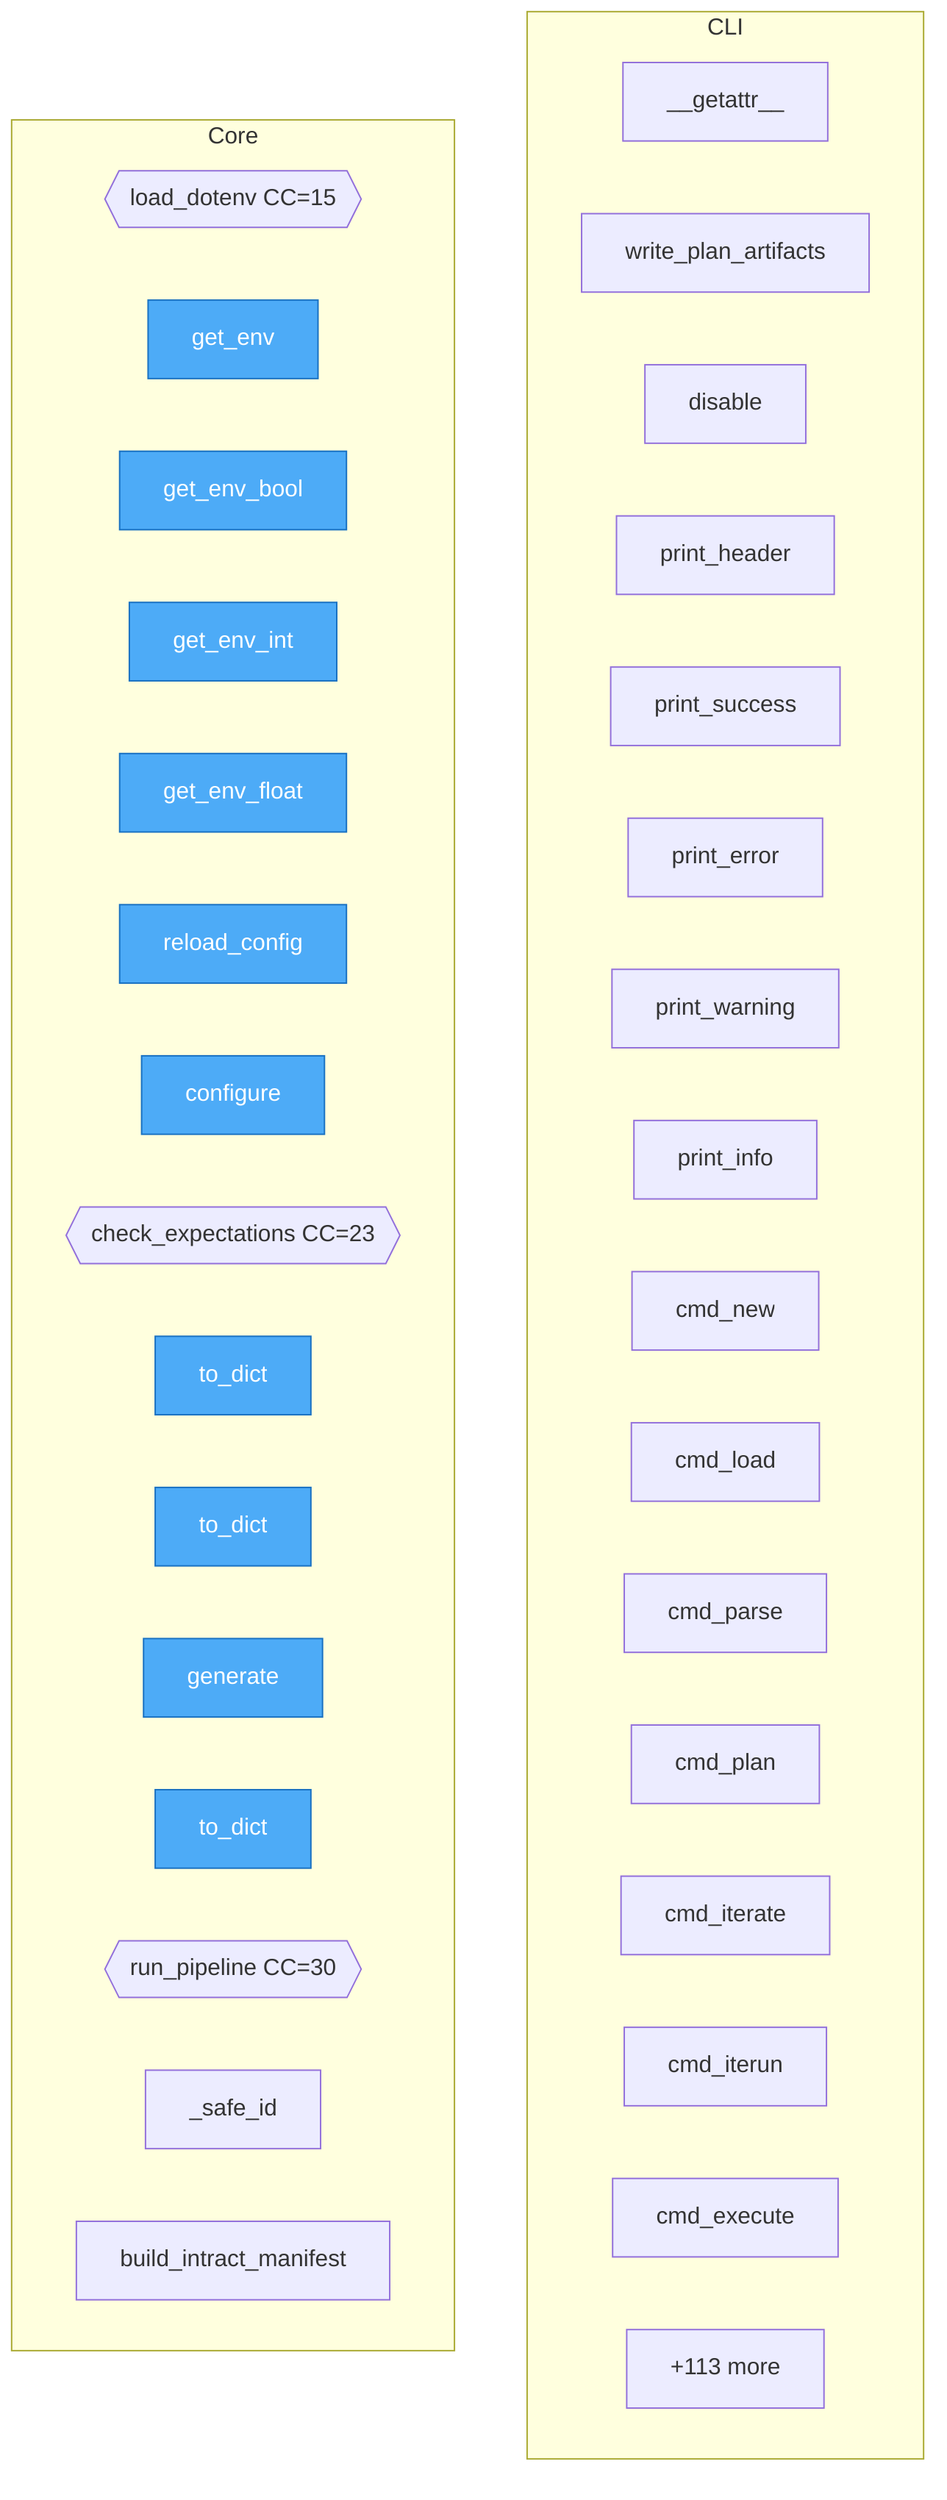
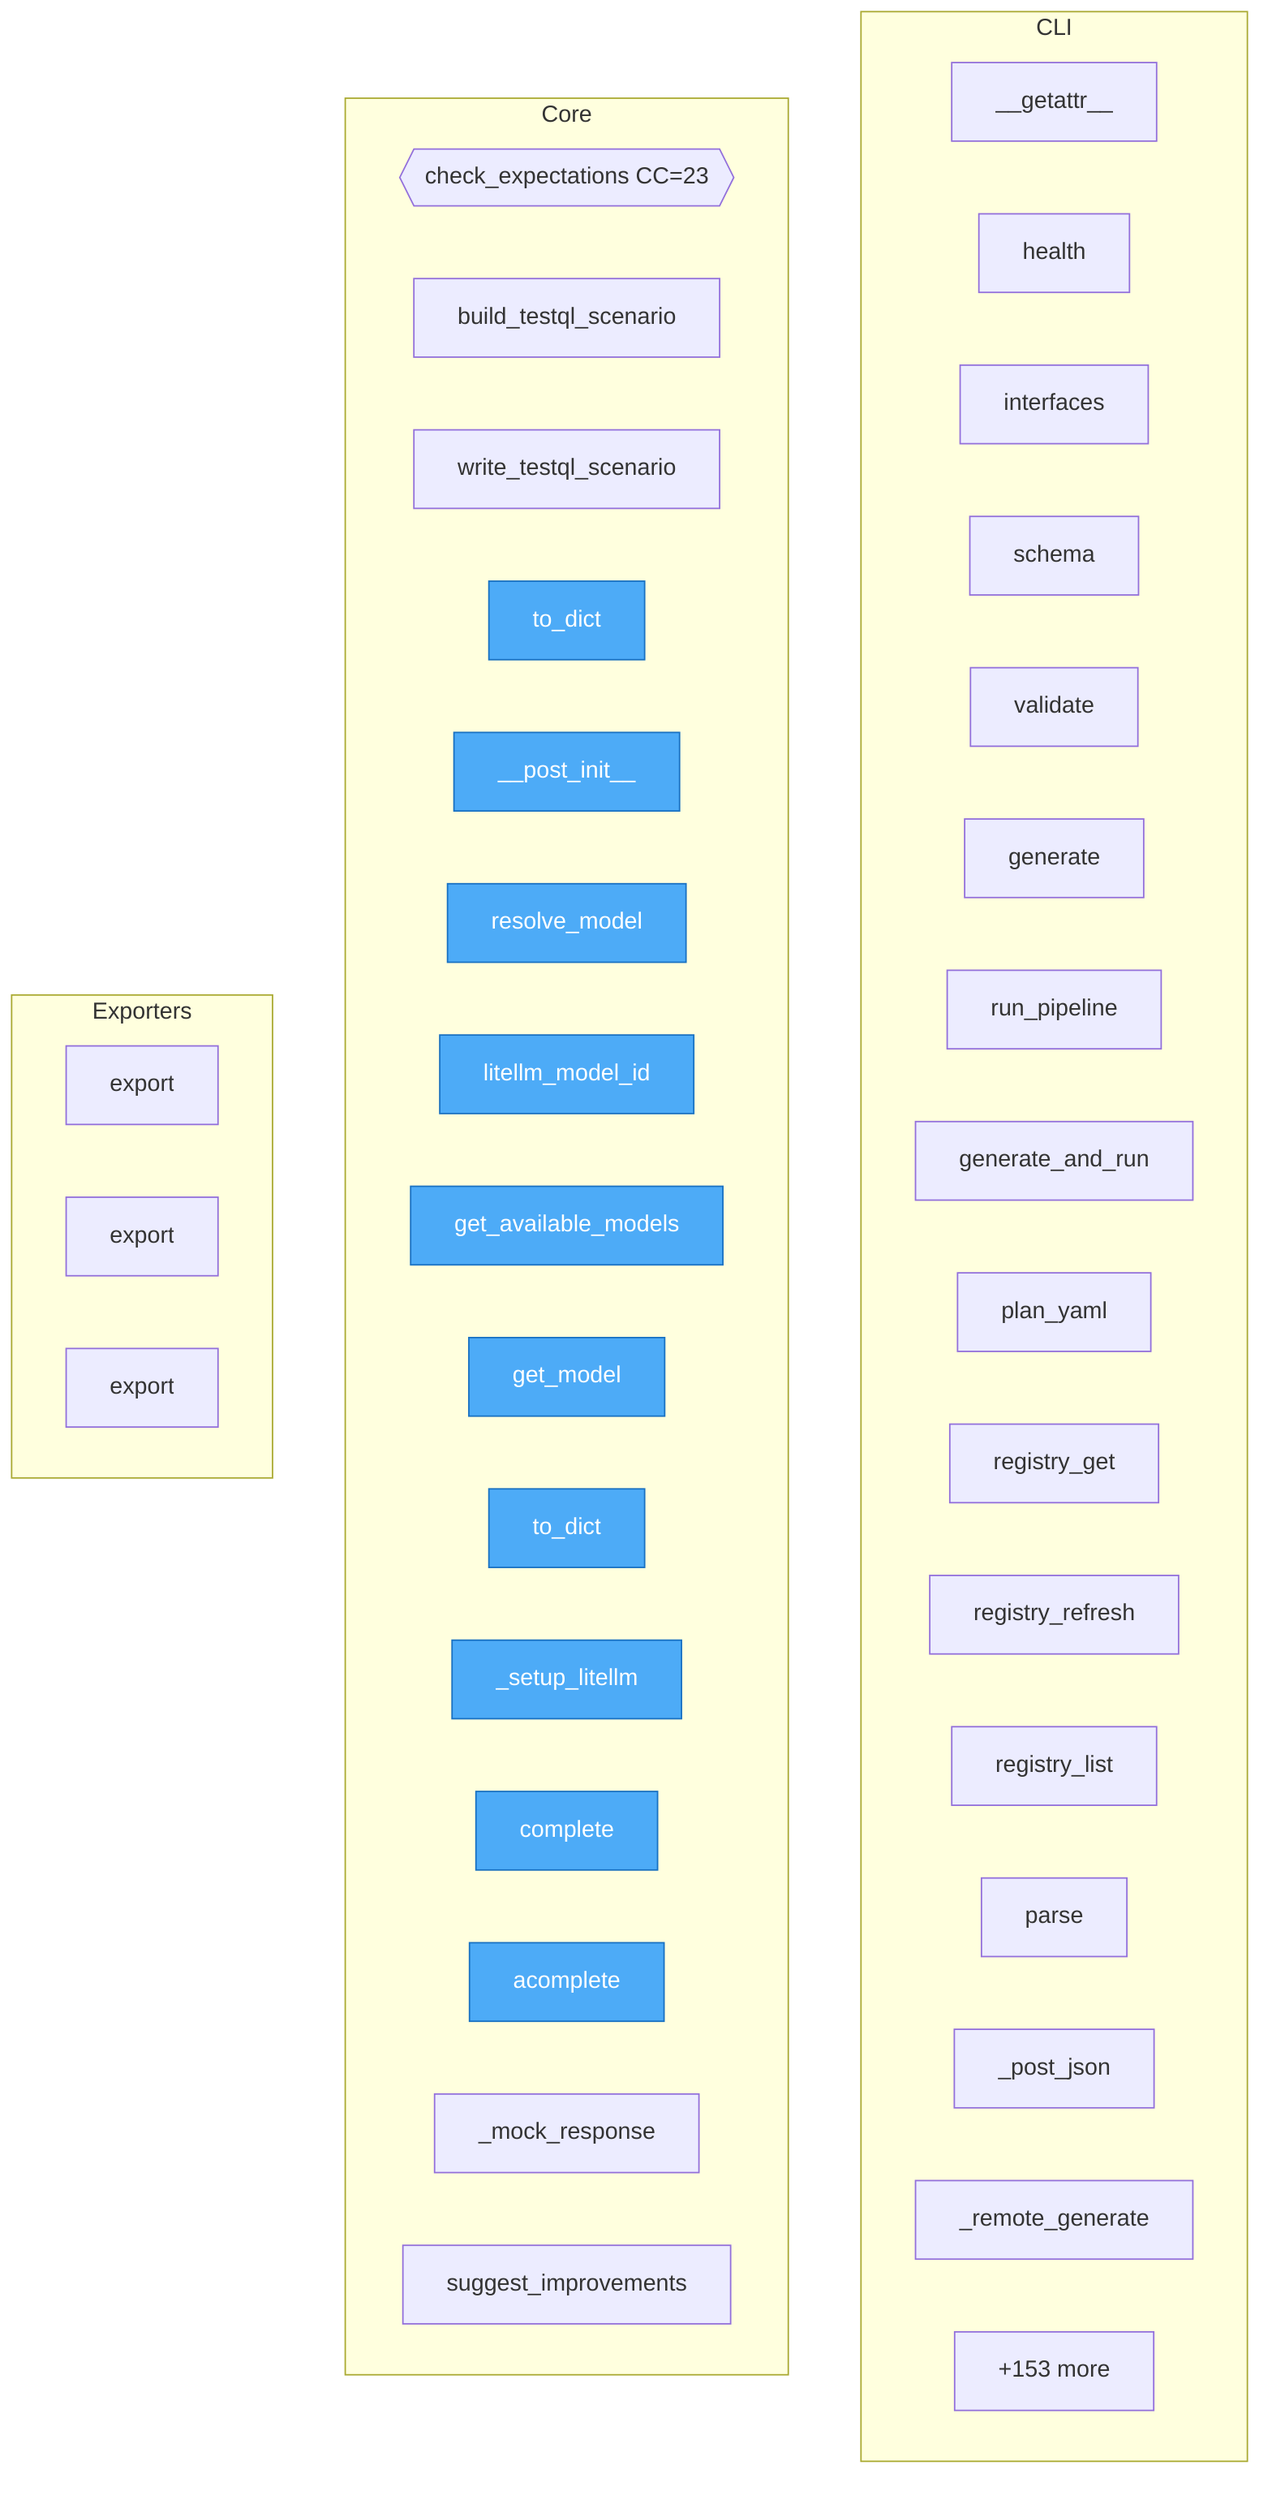
flowchart TD
- %% generated in 0.00s
+ %% generated in 0.01s

    %% Entry points (blue)
    classDef entry fill:#4dabf7,stroke:#1971c2,color:#fff

    subgraph CLI
        cli____getattr__["__getattr__"]
-         cli__main__write_plan_artifacts["write_plan_artifacts"]
-         cli__main__Colors__disable["disable"]
-         cli__main__CLI__print_header["print_header"]
-         cli__main__CLI__print_success["print_success"]
-         cli__main__CLI__print_error["print_error"]
-         cli__main__CLI__print_warning["print_warning"]
-         cli__main__CLI__print_info["print_info"]
-         cli__main__CLI__cmd_new["cmd_new"]
-         cli__main__CLI__cmd_load["cmd_load"]
-         cli__main__CLI__cmd_parse["cmd_parse"]
-         cli__main__CLI__cmd_plan["cmd_plan"]
-         cli__main__CLI__cmd_iterate["cmd_iterate"]
-         cli__main__CLI__cmd_iterun["cmd_iterun"]
-         cli__main__CLI__cmd_execute["cmd_execute"]
-         ...["+17 more"]
+         sdk__client__IterunClient__health["health"]
+         sdk__client__IterunClient__interfaces["interfaces"]
+         sdk__client__IterunClient__schema["schema"]
+         sdk__client__IterunClient__validate["validate"]
+         sdk__client__IterunClient__generate["generate"]
+         sdk__client__IterunClient__run_pipeline["run_pipeline"]
+         sdk__client__IterunClient__generate_and_run["generate_and_run"]
+         sdk__client__IterunClient__plan_yaml["plan_yaml"]
+         sdk__client__IterunClient__registry_get["registry_get"]
+         sdk__client__IterunClient__registry_refresh["registry_refresh"]
+         sdk__client__IterunClient__registry_list["registry_list"]
+         sdk__client__IterunClient__parse["parse"]
+         sdk__client__IterunClient___post_json["_post_json"]
+         sdk__client__IterunClient___remote_generate["_remote_generate"]
+         ...["+25 more"]
    end

    subgraph Core
-         config__load_dotenv{{load_dotenv CC=15}}
-         config__get_env["get_env"]
-         config__get_env_bool["get_env_bool"]
-         config__get_env_int["get_env_int"]
-         config__get_env_float["get_env_float"]
-         config__reload_config["reload_config"]
-         config__configure["configure"]
        generator__expectations__check_expectations{{check_expectations CC=23}}
-         generator__intent_generator__GenerateAttempt__to_dict["to_dict"]
-         generator__intent_generator__GenerateResult__to_dict["to_dict"]
-         generator__intent_generator__IntentGenerator__generate["generate"]
-         generator__pipeline__PipelineResult__to_dict["to_dict"]
-         generator__pipeline__run_pipeline{{run_pipeline CC=30}}
-         generator__intract_manifest___safe_id["_safe_id"]
-         generator__intract_manifest__build_intract_manifest["build_intract_manifest"]
-         ...["+113 more"]
+         generator__testql_scenario__build_testql_scenario["build_testql_scenario"]
+         generator__testql_scenario__write_testql_scenario["write_testql_scenario"]
+         ai_gateway__gateway__ModelConfig__to_dict["to_dict"]
+         ai_gateway__gateway__GatewayConfig____post_init__["__post_init__"]
+         ai_gateway__gateway__GatewayConfig__resolve_model["resolve_model"]
+         ai_gateway__gateway__GatewayConfig__litellm_model_id["litellm_model_id"]
+         ai_gateway__gateway__GatewayConfig__get_available_models["get_available_models"]
+         ai_gateway__gateway__GatewayConfig__get_model["get_model"]
+         ai_gateway__gateway__GatewayConfig__to_dict["to_dict"]
+         ai_gateway__gateway__AIGateway___setup_litellm["_setup_litellm"]
+         ai_gateway__gateway__AIGateway__complete["complete"]
+         ai_gateway__gateway__AIGateway__acomplete["acomplete"]
+         ai_gateway__gateway__AIGateway___mock_response["_mock_response"]
+         ai_gateway__gateway__AIGateway__suggest_improvements["suggest_improvements"]
+         ...["+153 more"]
    end

-     class config__get_env,config__get_env_bool,config__get_env_int,config__get_env_float,config__reload_config,config__configure,generator__intent_generator__GenerateAttempt__to_dict,generator__intent_generator__GenerateResult__to_dict,generator__intent_generator__IntentGenerator__generate,generator__pipeline__PipelineResult__to_dict entry
+     subgraph Exporters
+         integrations__adapters__opentelemetry__OpenTelemetryExporter__export["export"]
+         integrations__adapters__base__RegistryExporter__export["export"]
+         integrations__adapters__backstage__BackstageExporter__export["export"]
+     end
+ 
+     class ai_gateway__gateway__ModelConfig__to_dict,ai_gateway__gateway__GatewayConfig____post_init__,ai_gateway__gateway__GatewayConfig__resolve_model,ai_gateway__gateway__GatewayConfig__litellm_model_id,ai_gateway__gateway__GatewayConfig__get_available_models,ai_gateway__gateway__GatewayConfig__get_model,ai_gateway__gateway__GatewayConfig__to_dict,ai_gateway__gateway__AIGateway___setup_litellm,ai_gateway__gateway__AIGateway__complete,ai_gateway__gateway__AIGateway__acomplete entry
